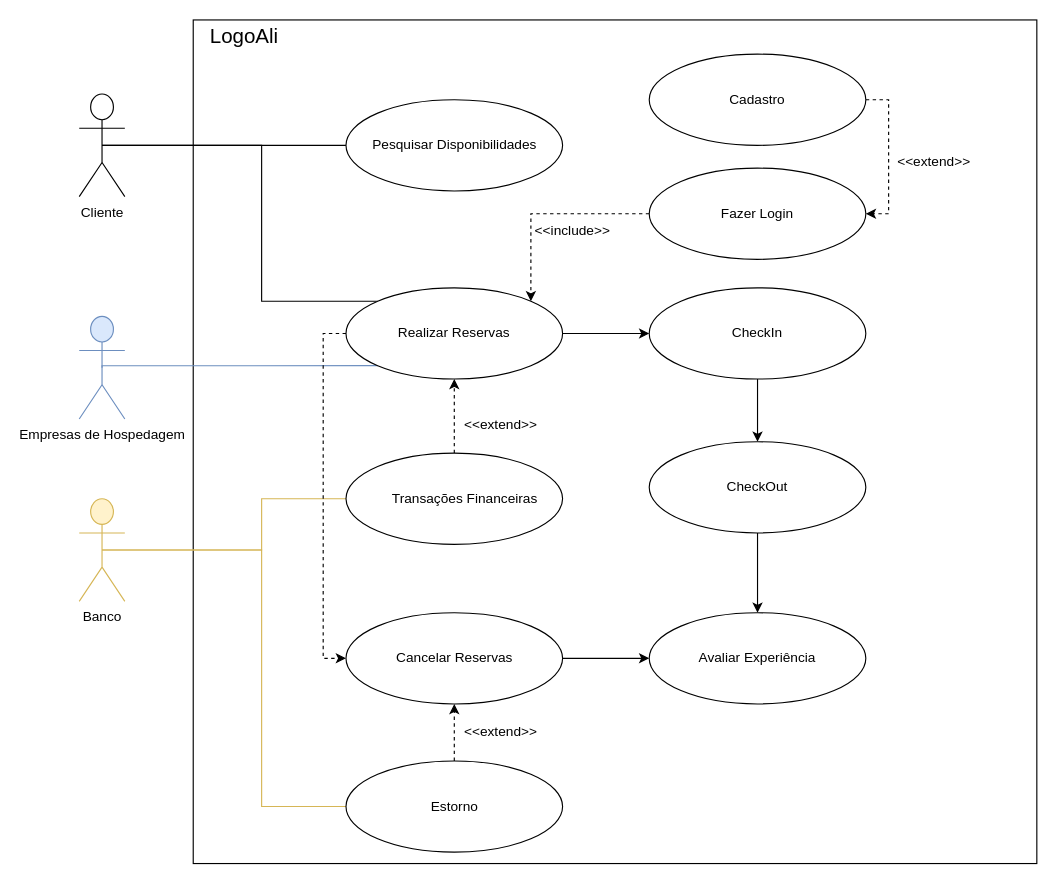
The draw.io diagram LogoAliUML.drawio in Vinicius-Sanches-Cappatti/LogoAli, before the edit. Source tidied: cells renumbered, new cells numbered last; positions are measured from the earlier drawing's top-left corner, leaving out a move shared by most shapes. Both pictures are drawn from the tidied source at 114%, with x=0, y=0 at pixel (79, 19).
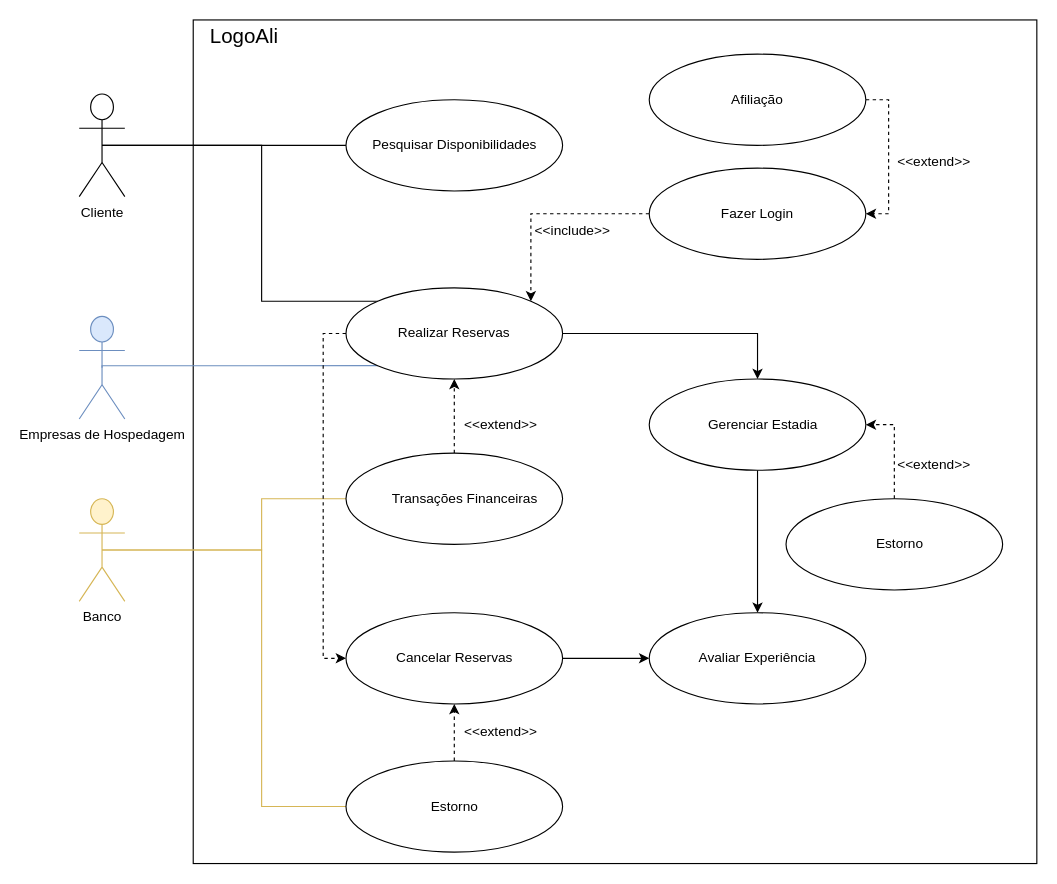
After the change.

The change refers to these unchanged cells:
```xml
<mxCell id="19" style="ellipse;whiteSpace=wrap;html=1;" parent="1" vertex="1">
  <mxGeometry x="234" y="235" width="190" height="80" as="geometry" />
</mxCell>
```

The edit, as a diff of the source:
```diff
@@
-    <mxCell id="17" style="edgeStyle=orthogonalEdgeStyle;rounded=0;jettySize=auto;html=1;exitX=1;exitY=0.5;exitDx=0;exitDy=0;entryX=0;entryY=0.5;entryDx=0;entryDy=0;" parent="1" edge="1" source="19" target="25">
-      <mxGeometry relative="1" as="geometry" />
-    </mxCell>
@@
+    <mxCell id="45" style="edgeStyle=orthogonalEdgeStyle;rounded=0;jettySize=auto;html=1;exitX=1;exitY=0.5;exitDx=0;exitDy=0;entryX=0.5;entryY=0;entryDx=0;entryDy=0;" parent="1" edge="1" source="19" target="28">
+      <mxGeometry relative="1" as="geometry" />
+    </mxCell>
@@
-    <mxCell id="24" style="edgeStyle=orthogonalEdgeStyle;rounded=0;jettySize=auto;html=1;exitX=0.5;exitY=1;exitDx=0;exitDy=0;entryX=0.5;entryY=0;entryDx=0;entryDy=0;" parent="1" edge="1" source="25" target="28">
-      <mxGeometry relative="1" as="geometry" />
-    </mxCell>
-    <mxCell id="25" style="ellipse;whiteSpace=wrap;html=1;" parent="1" vertex="1">
-      <mxGeometry x="500" y="235" width="190" height="80" as="geometry" />
-    </mxCell>
-    <mxCell id="26" value="CheckIn" style="text;html=1;align=center;verticalAlign=middle;whiteSpace=wrap;rounded=0;" parent="1" vertex="1">
-      <mxGeometry x="565" y="260" width="60" height="30" as="geometry" />
-    </mxCell>
@@
     <mxCell id="28" style="ellipse;whiteSpace=wrap;html=1;" parent="1" vertex="1">
-      <mxGeometry x="500" y="370" width="190" height="80" as="geometry" />
+      <mxGeometry x="500" y="315" width="190" height="80" as="geometry" />
     </mxCell>
-    <mxCell id="29" value="CheckOut" style="text;html=1;align=center;verticalAlign=middle;whiteSpace=wrap;rounded=0;" parent="1" vertex="1">
-      <mxGeometry x="565" y="395" width="60" height="30" as="geometry" />
-    </mxCell>
@@
-    <mxCell id="43" value="Cadastro" style="text;html=1;align=center;verticalAlign=middle;whiteSpace=wrap;rounded=0;" parent="1" vertex="1">
+    <mxCell id="43" value="Afiliação" style="text;html=1;align=center;verticalAlign=middle;whiteSpace=wrap;rounded=0;" parent="1" vertex="1">
       <mxGeometry x="535" y="55" width="120" height="30" as="geometry" />
     </mxCell>
@@
+    <mxCell id="46" value="Gerenciar Estadia" style="text;html=1;align=center;verticalAlign=middle;whiteSpace=wrap;rounded=0;" parent="1" vertex="1">
+      <mxGeometry x="545" y="340" width="110" height="30" as="geometry" />
+    </mxCell>
+    <mxCell id="47" style="edgeStyle=orthogonalEdgeStyle;rounded=0;jettySize=auto;html=1;exitX=0.5;exitY=0;exitDx=0;exitDy=0;entryX=1;entryY=0.5;entryDx=0;entryDy=0;dashed=1;" parent="1" edge="1" source="48" target="28">
+      <mxGeometry relative="1" as="geometry" />
+    </mxCell>
+    <mxCell id="48" style="ellipse;whiteSpace=wrap;html=1;" parent="1" vertex="1">
+      <mxGeometry x="620" y="420" width="190" height="80" as="geometry" />
+    </mxCell>
+    <mxCell id="49" value="Estorno" style="text;html=1;align=center;verticalAlign=middle;whiteSpace=wrap;rounded=0;" parent="1" vertex="1">
+      <mxGeometry x="665" y="445" width="110" height="30" as="geometry" />
+    </mxCell>
+    <mxCell id="50" value="&amp;lt;&amp;lt;extend&amp;gt;&amp;gt;" style="text;html=1;align=center;verticalAlign=middle;whiteSpace=wrap;rounded=0;" parent="1" vertex="1">
+      <mxGeometry x="720" y="375" width="60" height="30" as="geometry" />
+    </mxCell>
```
